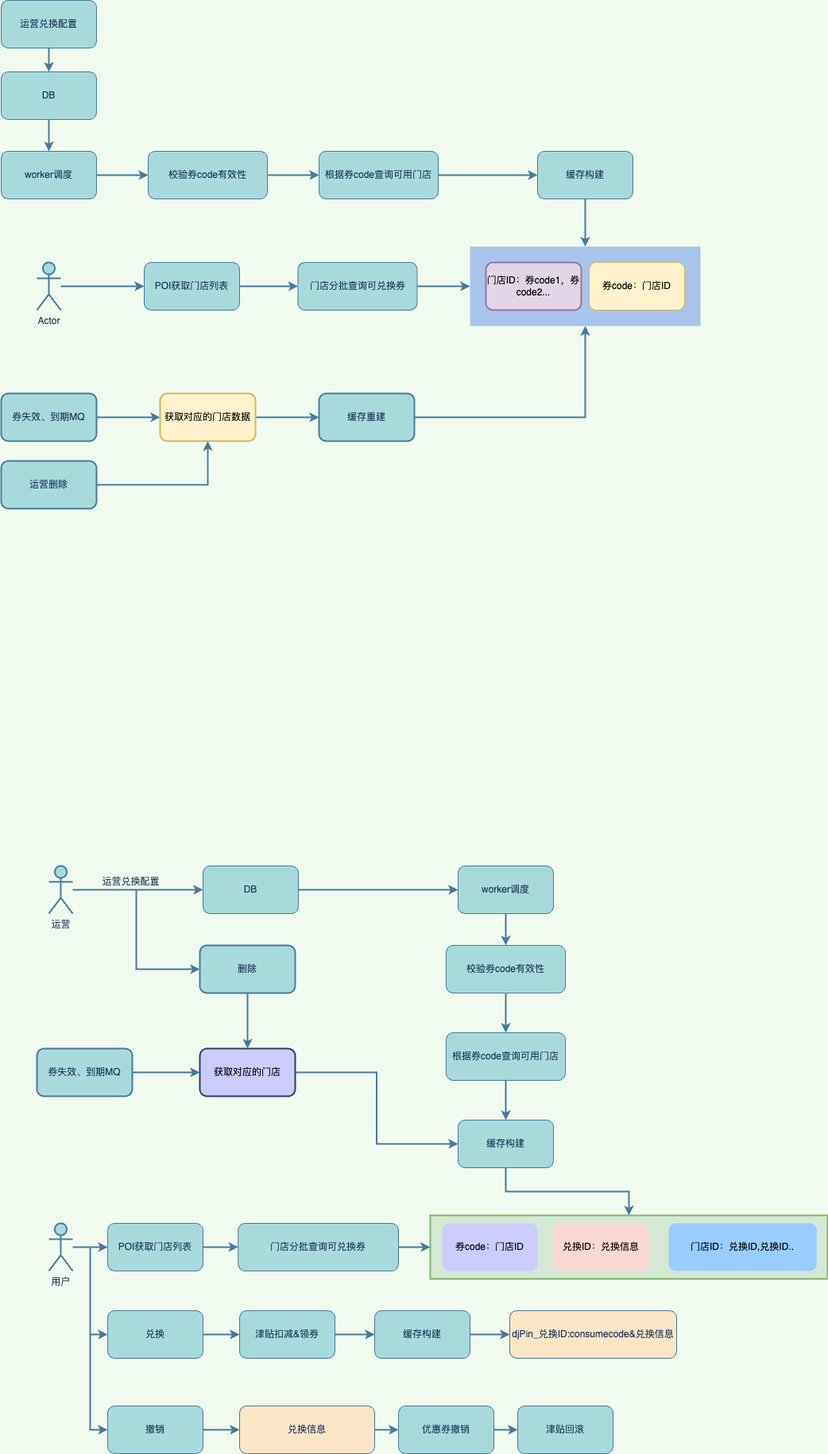
This is 优惠券兑换缓存存储.png from 845642761/diagram, a draw.io export, as it was before one commit. Source tidied: cells renumbered, new cells last; positions are measured from the earlier drawing's top-left corner, leaving out a move shared by most shapes.
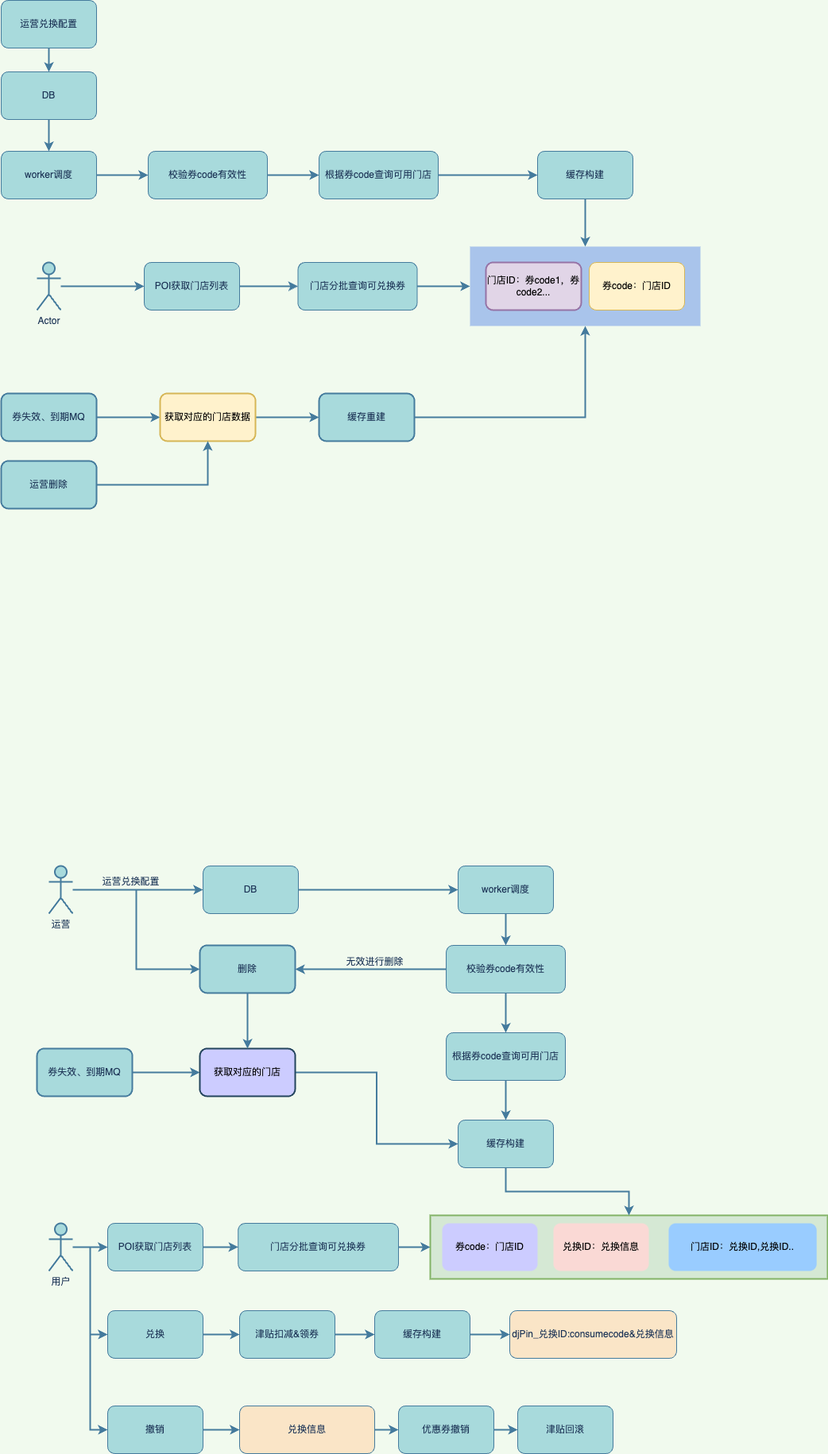
The same file after the commit.

Commit message:
更新优惠券兑换缓存存储.png

What changed in the source:
```diff
@@ -110,6 +110,14 @@
     <mxCell id="37" style="edgeStyle=orthogonalEdgeStyle;rounded=0;jettySize=auto;html=1;strokeColor=#457B9D;strokeWidth=2;fontColor=#1D3557;fillColor=#A8DADC;" parent="1" edge="1" source="38" target="40">
       <mxGeometry relative="1" as="geometry" />
     </mxCell>
+    <mxCell id="78" style="edgeStyle=orthogonalEdgeStyle;rounded=0;jettySize=auto;html=1;entryX=1;entryY=0.5;entryDx=0;entryDy=0;strokeColor=#457B9D;strokeWidth=2;fontColor=#1D3557;fillColor=#A8DADC;" parent="1" edge="1" source="38" target="54">
+      <mxGeometry relative="1" as="geometry" />
+    </mxCell>
+    <mxCell id="79" value="无效进行删除" style="edgeLabel;html=1;align=center;verticalAlign=middle;fontColor=#1D3557;labelBackgroundColor=none;" parent="78" vertex="1">
+      <mxGeometry x="-0.06" y="-2" relative="1" as="geometry">
+        <mxPoint x="-1" y="-8" as="offset" />
+      </mxGeometry>
+    </mxCell>
     <mxCell id="38" value="校验券code有效性" style="whiteSpace=wrap;html=1;fillColor=#A8DADC;strokeColor=#457B9D;fontColor=#1D3557;rounded=1;" parent="1" vertex="1">
       <mxGeometry x="560" y="1190" width="150" height="60" as="geometry" />
     </mxCell>
```
